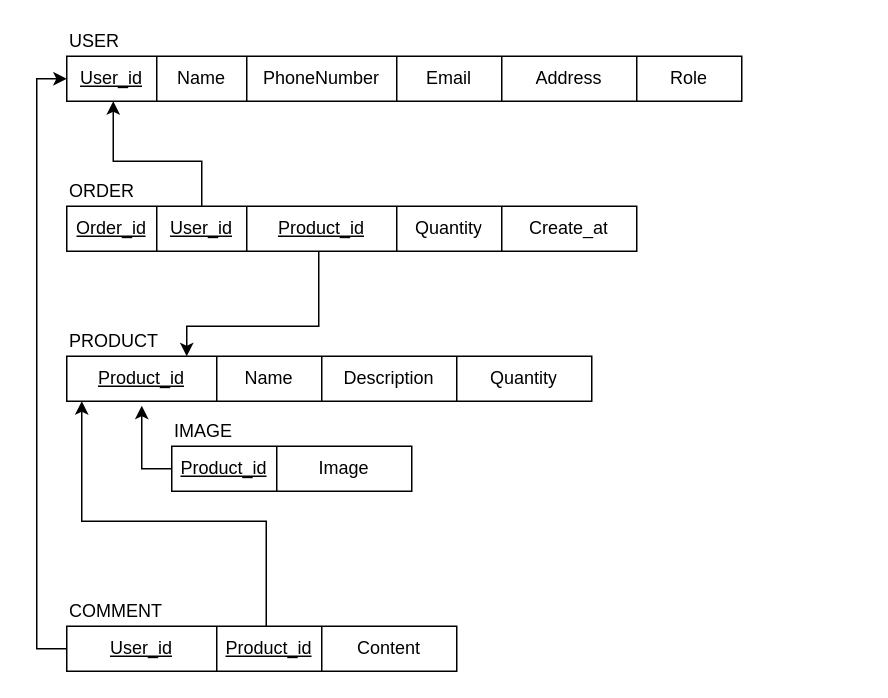
Before: page "qh - cách gốc" (2 of 4) of Untitled Diagram.drawio in nguyenson66/smart_phone, a draw.io diagram. Source tidied: cells renumbered, new cells numbered last; positions are measured from the earlier drawing's top-left corner, leaving out a move shared by most shapes. Both pictures are drawn from the tidied source at 150%, with x=0, y=0 at pixel (66, 26).
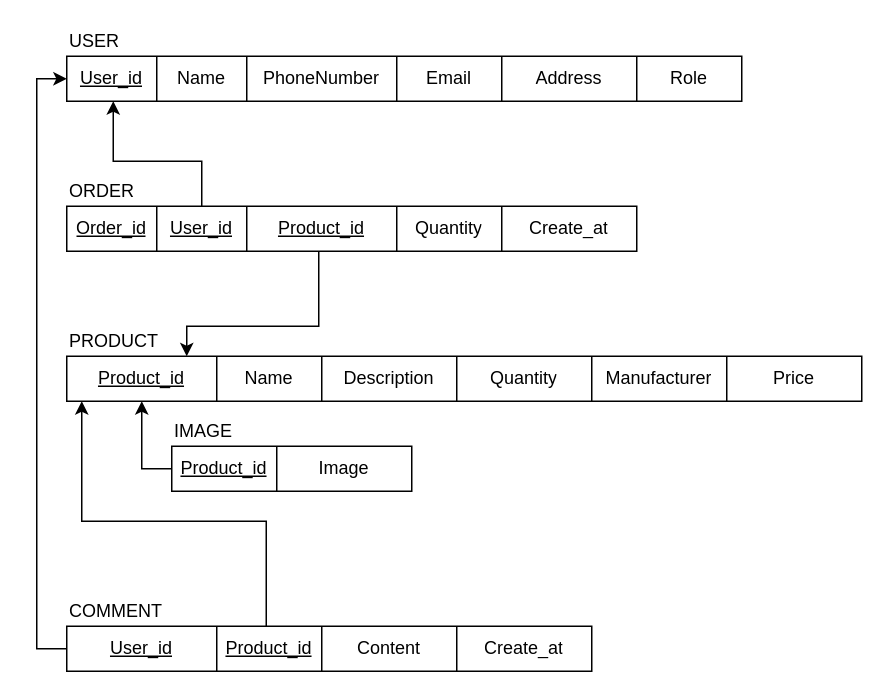
The same page after the edit.

The change refers to these unchanged cells:
```xml
<mxCell id="29" style="shape=partialRectangle;html=1;whiteSpace=wrap;fillColor=none;top=0;left=0;bottom=0;right=0;points=[[0,0.5],[1,0.5]];portConstraint=eastwest;" parent="28" vertex="1">
  <mxGeometry width="160" height="30" as="geometry" />
</mxCell>
```

The edit, as a diff of the source:
```diff
@@
     <mxCell id="17" style="shape=table;html=1;whiteSpace=wrap;startSize=0;childLayout=tableLayout;" parent="1" vertex="1">
-      <mxGeometry y="220" width="350" height="30" as="geometry" />
+      <mxGeometry y="220" width="530" height="30" as="geometry" />
     </mxCell>
     <mxCell id="18" style="shape=partialRectangle;html=1;whiteSpace=wrap;fillColor=none;top=0;left=0;bottom=0;right=0;points=[[0,0.5],[1,0.5]];portConstraint=eastwest;" parent="17" vertex="1">
-      <mxGeometry width="350" height="30" as="geometry" />
+      <mxGeometry width="530" height="30" as="geometry" />
     </mxCell>
@@
+    <mxCell id="42" value="Manufacturer" style="shape=partialRectangle;html=1;whiteSpace=wrap;fillColor=none;top=0;left=0;bottom=0;right=0;overflow=hidden;" parent="18" vertex="1">
+      <mxGeometry x="350" width="90" height="30" as="geometry" />
+    </mxCell>
+    <mxCell id="43" value="Price" style="shape=partialRectangle;html=1;whiteSpace=wrap;fillColor=none;top=0;left=0;bottom=0;right=0;overflow=hidden;" parent="18" vertex="1">
+      <mxGeometry x="440" width="90" height="30" as="geometry" />
+    </mxCell>
     <mxCell id="23" style="shape=table;html=1;whiteSpace=wrap;startSize=0;childLayout=tableLayout;" parent="1" vertex="1">
-      <mxGeometry y="400" width="260" height="30" as="geometry" />
+      <mxGeometry y="400" width="350" height="30" as="geometry" />
     </mxCell>
     <mxCell id="24" style="shape=partialRectangle;html=1;whiteSpace=wrap;fillColor=none;top=0;left=0;bottom=0;right=0;points=[[0,0.5],[1,0.5]];portConstraint=eastwest;" parent="23" vertex="1">
-      <mxGeometry width="260" height="30" as="geometry" />
+      <mxGeometry width="350" height="30" as="geometry" />
     </mxCell>
@@
+    <mxCell id="44" value="Create_at" style="shape=partialRectangle;html=1;whiteSpace=wrap;fillColor=none;top=0;left=0;bottom=0;right=0;overflow=hidden;" parent="24" vertex="1">
+      <mxGeometry x="260" width="90" height="30" as="geometry" />
+    </mxCell>
@@
-    <mxCell id="38" style="edgeStyle=orthogonalEdgeStyle;rounded=0;jettySize=auto;html=1;entryX=0.142;entryY=1.1;entryDx=0;entryDy=0;entryPerimeter=0;exitX=0;exitY=0.5;exitDx=0;exitDy=0;" parent="1" edge="1" source="29" target="18">
-      <mxGeometry relative="1" as="geometry" />
+    <mxCell id="38" style="edgeStyle=orthogonalEdgeStyle;rounded=0;jettySize=auto;html=1;" parent="1" edge="1" source="29">
+      <mxGeometry relative="1" as="geometry">
+        <mxPoint x="50" y="250" as="targetPoint" />
+      </mxGeometry>
     </mxCell>
```
